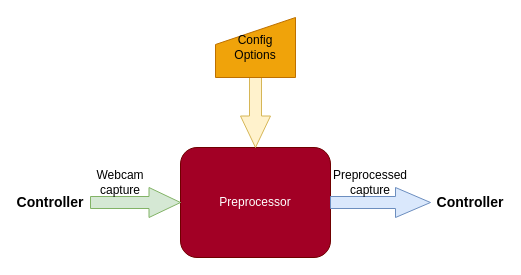
The draw.io diagram segment_architecture.drawio in GreatSharky/CoHSCI, before the edit. Source tidied: cells renumbered, new cells numbered last; positions are measured from the earlier drawing's top-left corner, leaving out a move shared by most shapes. Both pictures are drawn from the tidied source at 100%, with x=0, y=0 at pixel (20, 17).
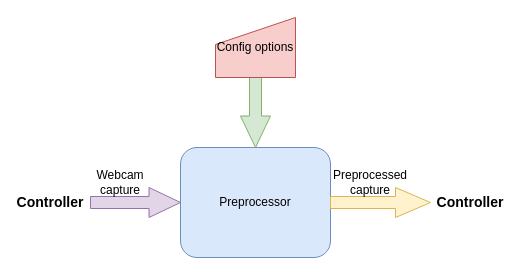
Above is the later version.

What changed in the source:
```diff
@@
 <mxGraphModel>
   <root>
     <mxCell id="0" />
     <mxCell id="1" parent="0" />
-    <mxCell id="2" value="Preprocessor" style="rounded=1;whiteSpace=wrap;html=1;fillColor=#a20025;fontColor=#ffffff;strokeColor=#6F0000;" parent="1" vertex="1">
+    <mxCell id="2" value="Preprocessor" style="rounded=1;whiteSpace=wrap;html=1;fillColor=#dae8fc;strokeColor=#6c8ebf;" parent="1" vertex="1">
       <mxGeometry x="160" y="130" width="150" height="110" as="geometry" />
     </mxCell>
-    <mxCell id="3" style="shape=singleArrow;whiteSpace=wrap;html=1;arrowWidth=0.4;arrowSize=0.35;fillColor=#d5e8d4;strokeColor=#82b366;" parent="1" vertex="1">
+    <mxCell id="3" style="shape=singleArrow;whiteSpace=wrap;html=1;arrowWidth=0.4;arrowSize=0.35;fillColor=#e1d5e7;strokeColor=#9673a6;" parent="1" vertex="1">
       <mxGeometry x="70" y="170" width="90" height="30" as="geometry" />
     </mxCell>
     <mxCell id="4" value="Webcam&lt;div&gt;capture&lt;/div&gt;" style="text;html=1;whiteSpace=wrap;strokeColor=none;fillColor=none;align=center;verticalAlign=middle;rounded=0;" parent="1" vertex="1">
       <mxGeometry x="70" y="150" width="60" height="30" as="geometry" />
     </mxCell>
     <mxCell id="5" value="Controller" style="text;html=1;whiteSpace=wrap;strokeColor=none;fillColor=none;align=center;verticalAlign=middle;rounded=0;fontSize=14;fontStyle=1;" parent="1" vertex="1">
       <mxGeometry y="170" width="60" height="30" as="geometry" />
     </mxCell>
-    <mxCell id="6" style="shape=singleArrow;whiteSpace=wrap;html=1;arrowWidth=0.4;arrowSize=0.35;fillColor=#dae8fc;strokeColor=#6c8ebf;" parent="1" vertex="1">
+    <mxCell id="6" style="shape=singleArrow;whiteSpace=wrap;html=1;arrowWidth=0.4;arrowSize=0.35;fillColor=#fff2cc;strokeColor=#d6b656;" parent="1" vertex="1">
       <mxGeometry x="310" y="170" width="100" height="30" as="geometry" />
     </mxCell>
-    <mxCell id="7" style="shape=singleArrow;whiteSpace=wrap;html=1;arrowWidth=0.4;arrowSize=0.35;rotation=90;fillColor=#fff2cc;strokeColor=#d6b656;" parent="1" vertex="1">
+    <mxCell id="7" style="shape=singleArrow;whiteSpace=wrap;html=1;arrowWidth=0.4;arrowSize=0.35;rotation=90;fillColor=#d5e8d4;strokeColor=#82b366;" parent="1" vertex="1">
       <mxGeometry x="190" y="70" width="90" height="30" as="geometry" />
     </mxCell>
     <mxCell id="8" value="Controller" style="text;html=1;whiteSpace=wrap;strokeColor=none;fillColor=none;align=center;verticalAlign=middle;rounded=0;fontSize=14;fontStyle=1;" parent="1" vertex="1">
       <mxGeometry x="420" y="170" width="60" height="30" as="geometry" />
     </mxCell>
     <mxCell id="9" value="Preprocessed capture" style="text;html=1;whiteSpace=wrap;strokeColor=none;fillColor=none;align=center;verticalAlign=middle;rounded=0;" parent="1" vertex="1">
       <mxGeometry x="320" y="150" width="60" height="30" as="geometry" />
     </mxCell>
-    <mxCell id="10" value="Config&lt;div&gt;Options&lt;/div&gt;" style="shape=manualInput;whiteSpace=wrap;html=1;size=27;fillColor=#f0a30a;fontColor=#000000;strokeColor=#BD7000;" parent="1" vertex="1">
+    <mxCell id="10" value="Config o&lt;span style=&quot;background-color: transparent; color: light-dark(rgb(0, 0, 0), rgb(255, 255, 255));&quot;&gt;ptions&lt;/span&gt;" style="shape=manualInput;whiteSpace=wrap;html=1;size=27;fillColor=#f8cecc;strokeColor=#b85450;" parent="1" vertex="1">
       <mxGeometry x="195" width="80" height="60" as="geometry" />
     </mxCell>
   </root>
 </mxGraphModel>
```
